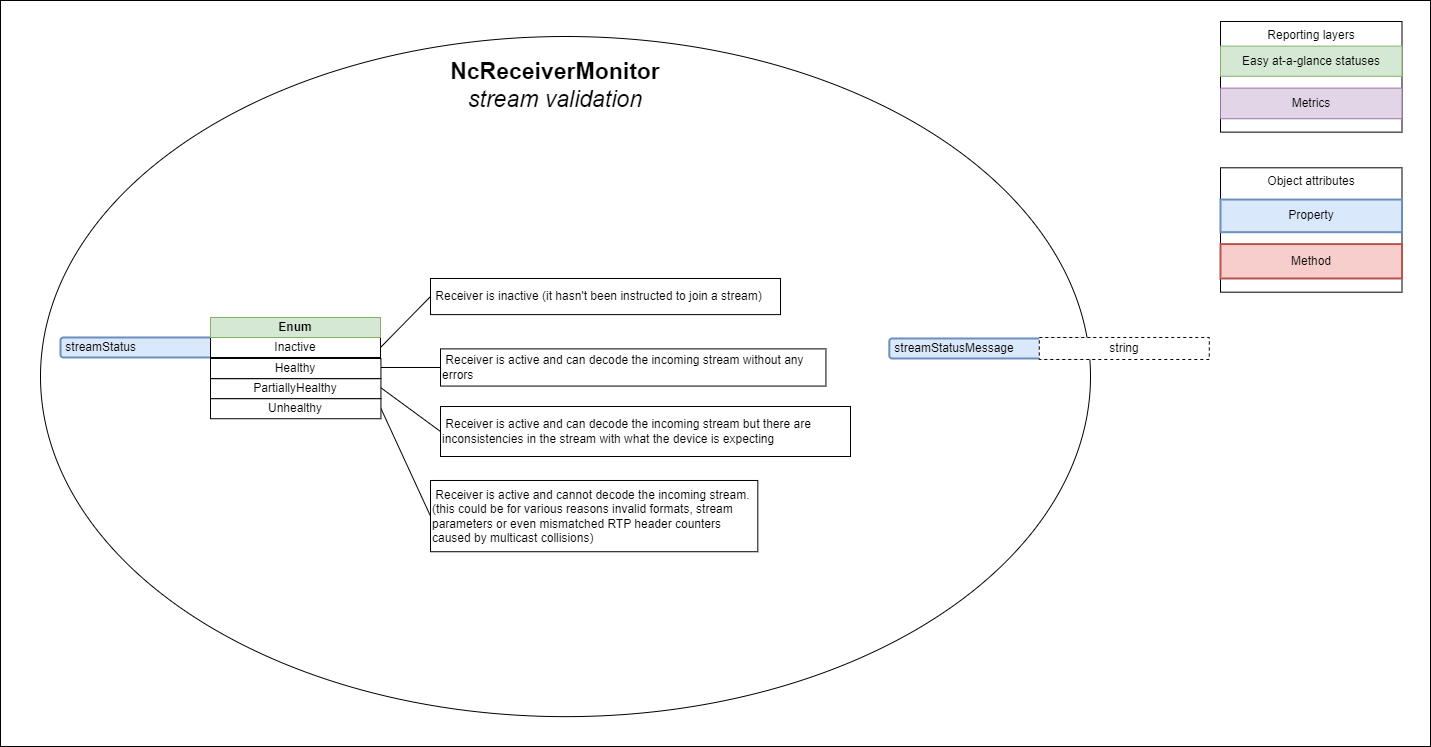
Before: docs/images/receiver-model-stream-validation.png, a diagram exported from draw.io (AMWA-TV/bcp-008-01). Source tidied: cells renumbered, new cells last; positions are measured from the earlier drawing's top-left corner, leaving out a move shared by most shapes. Source of this version:
```xml
<mxGraphModel>
  <root>
    <mxCell id="0" />
    <mxCell id="1" parent="0" />
    <mxCell id="2" style="rounded=0;whiteSpace=wrap;html=1;" parent="1" vertex="1">
      <mxGeometry width="1430" height="746" as="geometry" />
    </mxCell>
    <mxCell id="3" style="ellipse;whiteSpace=wrap;html=1;" parent="1" vertex="1">
      <mxGeometry x="40" y="36" width="1050" height="680.1" as="geometry" />
    </mxCell>
    <mxCell id="4" value="Reporting layers" style="rounded=0;whiteSpace=wrap;html=1;horizontal=1;verticalAlign=top;" parent="1" vertex="1">
      <mxGeometry x="1220" y="21" width="181.5" height="110.6" as="geometry" />
    </mxCell>
    <mxCell id="5" value="Easy at-a-glance statuses" style="rounded=0;whiteSpace=wrap;html=1;fillColor=#d5e8d4;strokeColor=#82b366;" parent="1" vertex="1">
      <mxGeometry x="1220" y="45.6" width="181.5" height="30.1" as="geometry" />
    </mxCell>
    <mxCell id="6" value="Metrics" style="rounded=0;whiteSpace=wrap;html=1;fillColor=#e1d5e7;strokeColor=#9673a6;" parent="1" vertex="1">
      <mxGeometry x="1220" y="87.6" width="181.5" height="30.6" as="geometry" />
    </mxCell>
    <mxCell id="7" value="Object attributes" style="rounded=0;whiteSpace=wrap;html=1;horizontal=1;verticalAlign=top;" parent="1" vertex="1">
      <mxGeometry x="1220" y="167.3" width="181.5" height="124.4" as="geometry" />
    </mxCell>
    <mxCell id="8" value="Property" style="rounded=0;whiteSpace=wrap;html=1;fillColor=#dae8fc;strokeColor=#6c8ebf;align=center;strokeWidth=2;" parent="1" vertex="1">
      <mxGeometry x="1220" y="199" width="181.5" height="32.6" as="geometry" />
    </mxCell>
    <mxCell id="9" value="Method" style="rounded=0;whiteSpace=wrap;html=1;fillColor=#f8cecc;strokeColor=#b85450;align=center;strokeWidth=2;" parent="1" vertex="1">
      <mxGeometry x="1220" y="243.6" width="181.5" height="34.4" as="geometry" />
    </mxCell>
    <mxCell id="10" value="NcReceiverMonitor&lt;div&gt;&lt;span style=&quot;font-weight: normal;&quot;&gt;&lt;i&gt;stream validation&lt;/i&gt;&lt;/span&gt;&lt;/div&gt;" style="text;html=1;strokeColor=none;fillColor=none;align=center;verticalAlign=middle;whiteSpace=wrap;rounded=0;strokeWidth=1;fontSize=23;fontStyle=1;" parent="1" vertex="1">
      <mxGeometry x="431.2" y="51.9" width="247.5" height="65.6" as="geometry" />
    </mxCell>
    <mxCell id="11" value="&amp;nbsp;streamStatus" style="rounded=1;whiteSpace=wrap;html=1;align=left;fillColor=#dae8fc;strokeColor=#6c8ebf;strokeWidth=2;" parent="1" vertex="1">
      <mxGeometry x="60" y="337" width="207.5" height="20" as="geometry" />
    </mxCell>
    <mxCell id="12" value="Inactive" style="rounded=0;whiteSpace=wrap;html=1;" parent="1" vertex="1">
      <mxGeometry x="210" y="337" width="170" height="20" as="geometry" />
    </mxCell>
    <mxCell id="13" value="Enum" style="rounded=0;whiteSpace=wrap;html=1;fillColor=#d5e8d4;strokeColor=#82b366;fontStyle=1;" parent="1" vertex="1">
      <mxGeometry x="210" y="317" width="170" height="20" as="geometry" />
    </mxCell>
    <mxCell id="14" value="&amp;nbsp;Receiver is active and cannot decode the incoming stream. (this could be for various reasons invalid formats, stream parameters or even mismatched RTP header counters caused by multicast collisions)" style="text;html=1;strokeColor=default;fillColor=default;align=left;verticalAlign=middle;whiteSpace=wrap;rounded=0;" parent="1" vertex="1">
      <mxGeometry x="430" y="480" width="327.3" height="71.2" as="geometry" />
    </mxCell>
    <mxCell id="15" style="endArrow=none;html=1;rounded=0;entryX=0;entryY=0.5;entryDx=0;entryDy=0;exitX=1;exitY=0.5;exitDx=0;exitDy=0;" parent="1" edge="1" target="14">
      <mxGeometry relative="1" as="geometry">
        <mxPoint x="380" y="407" as="sourcePoint" />
      </mxGeometry>
    </mxCell>
    <mxCell id="16" value="&amp;nbsp;Receiver is active and can decode the incoming stream without any errors" style="text;html=1;strokeColor=default;fillColor=default;align=left;verticalAlign=middle;whiteSpace=wrap;rounded=0;" parent="1" vertex="1">
      <mxGeometry x="440" y="348.4" width="385.4" height="37.2" as="geometry" />
    </mxCell>
    <mxCell id="17" value="&amp;nbsp;Receiver is inactive (it hasn't been instructed to join a stream)" style="text;html=1;strokeColor=default;fillColor=default;align=left;verticalAlign=middle;whiteSpace=wrap;rounded=0;" parent="1" vertex="1">
      <mxGeometry x="430" y="278" width="350" height="36.1" as="geometry" />
    </mxCell>
    <mxCell id="18" style="endArrow=none;html=1;rounded=0;entryX=0;entryY=0.5;entryDx=0;entryDy=0;exitX=1;exitY=0.5;exitDx=0;exitDy=0;" parent="1" edge="1" target="16">
      <mxGeometry relative="1" as="geometry">
        <mxPoint x="380" y="367" as="sourcePoint" />
      </mxGeometry>
    </mxCell>
    <mxCell id="19" style="endArrow=none;html=1;rounded=0;entryX=0;entryY=0.5;entryDx=0;entryDy=0;exitX=1;exitY=0.5;exitDx=0;exitDy=0;" parent="1" edge="1" source="12" target="17">
      <mxGeometry relative="1" as="geometry" />
    </mxCell>
    <mxCell id="20" value="&amp;nbsp;streamStatusMessage" style="rounded=1;whiteSpace=wrap;html=1;align=left;fillColor=#dae8fc;strokeColor=#6c8ebf;strokeWidth=2;" parent="1" vertex="1">
      <mxGeometry x="888.8" y="338" width="207.5" height="20" as="geometry" />
    </mxCell>
    <mxCell id="21" value="string" style="rounded=0;whiteSpace=wrap;html=1;dashed=1;" parent="1" vertex="1">
      <mxGeometry x="1038.8" y="337" width="170" height="22" as="geometry" />
    </mxCell>
    <mxCell id="22" value="&amp;nbsp;Receiver is active and can decode the incoming stream but there are inconsistencies in the stream with what the device is expecting" style="text;html=1;strokeColor=default;fillColor=default;align=left;verticalAlign=middle;whiteSpace=wrap;rounded=0;" parent="1" vertex="1">
      <mxGeometry x="440" y="406" width="410" height="50" as="geometry" />
    </mxCell>
    <mxCell id="23" style="endArrow=none;html=1;rounded=0;entryX=0;entryY=0.5;entryDx=0;entryDy=0;exitX=1;exitY=0.5;exitDx=0;exitDy=0;" parent="1" edge="1" target="22">
      <mxGeometry relative="1" as="geometry">
        <mxPoint x="380" y="387" as="sourcePoint" />
      </mxGeometry>
    </mxCell>
    <mxCell id="24" value="Healthy" style="rounded=0;whiteSpace=wrap;html=1;" parent="1" vertex="1">
      <mxGeometry x="210" y="358" width="170.4" height="20" as="geometry" />
    </mxCell>
    <mxCell id="25" value="PartiallyHealthy" style="rounded=0;whiteSpace=wrap;html=1;" parent="1" vertex="1">
      <mxGeometry x="210" y="378.2" width="170.4" height="20" as="geometry" />
    </mxCell>
    <mxCell id="26" value="Unhealthy" style="rounded=0;whiteSpace=wrap;html=1;" parent="1" vertex="1">
      <mxGeometry x="210" y="398.2" width="170.4" height="20" as="geometry" />
    </mxCell>
  </root>
</mxGraphModel>
```
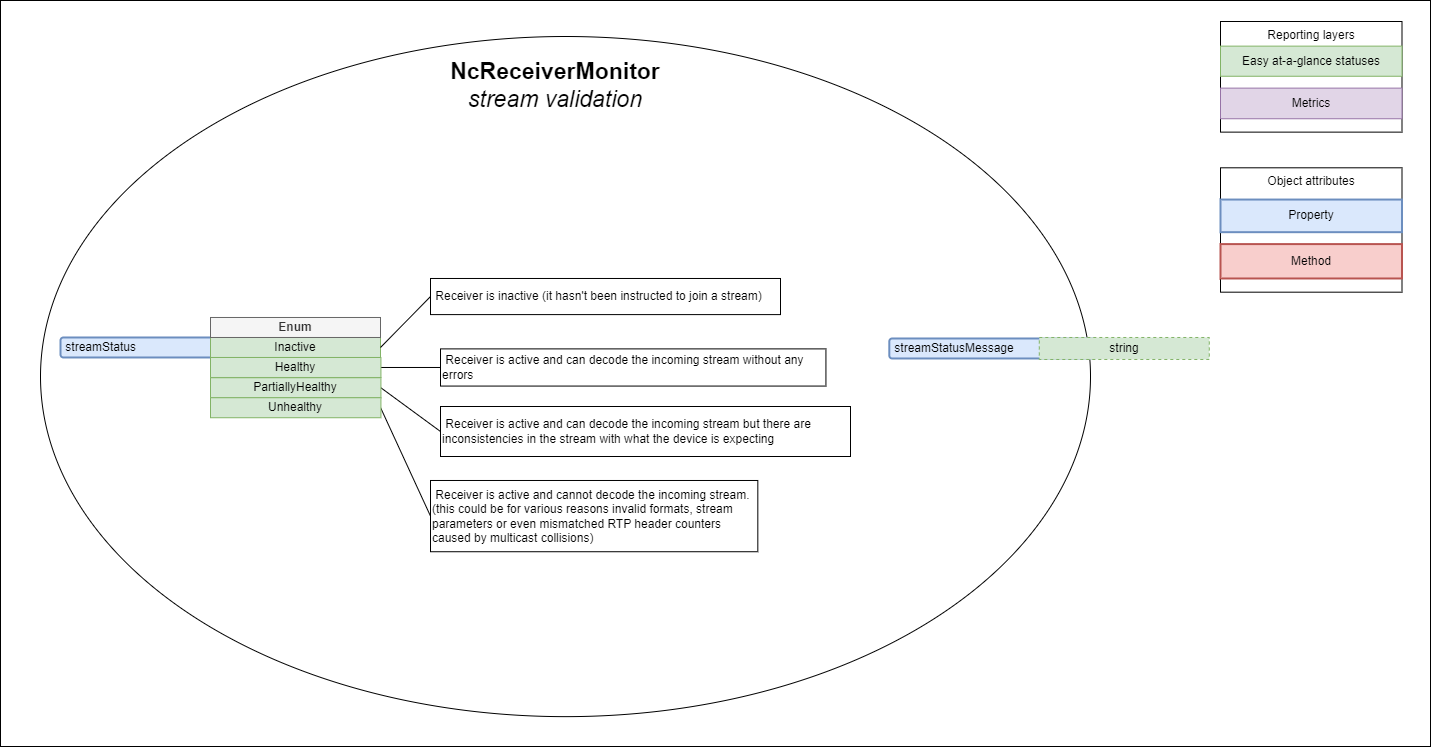
Above is the later version.

Diff of the diagram source:
```diff
@@ -32,10 +32,10 @@
     <mxCell id="11" value="&amp;nbsp;streamStatus" style="rounded=1;whiteSpace=wrap;html=1;align=left;fillColor=#dae8fc;strokeColor=#6c8ebf;strokeWidth=2;" parent="1" vertex="1">
       <mxGeometry x="60" y="337" width="207.5" height="20" as="geometry" />
     </mxCell>
-    <mxCell id="12" value="Inactive" style="rounded=0;whiteSpace=wrap;html=1;" parent="1" vertex="1">
+    <mxCell id="12" value="Inactive" style="rounded=0;whiteSpace=wrap;html=1;fillColor=#d5e8d4;strokeColor=#82b366;" parent="1" vertex="1">
       <mxGeometry x="210" y="337" width="170" height="20" as="geometry" />
     </mxCell>
-    <mxCell id="13" value="Enum" style="rounded=0;whiteSpace=wrap;html=1;fillColor=#d5e8d4;strokeColor=#82b366;fontStyle=1;" parent="1" vertex="1">
+    <mxCell id="13" value="Enum" style="rounded=0;whiteSpace=wrap;html=1;fillColor=#f5f5f5;strokeColor=#666666;fontStyle=1;fontColor=#333333;" parent="1" vertex="1">
       <mxGeometry x="210" y="317" width="170" height="20" as="geometry" />
     </mxCell>
     <mxCell id="14" value="&amp;nbsp;Receiver is active and cannot decode the incoming stream. (this could be for various reasons invalid formats, stream parameters or even mismatched RTP header counters caused by multicast collisions)" style="text;html=1;strokeColor=default;fillColor=default;align=left;verticalAlign=middle;whiteSpace=wrap;rounded=0;" parent="1" vertex="1">
@@ -63,7 +63,7 @@
     <mxCell id="20" value="&amp;nbsp;streamStatusMessage" style="rounded=1;whiteSpace=wrap;html=1;align=left;fillColor=#dae8fc;strokeColor=#6c8ebf;strokeWidth=2;" parent="1" vertex="1">
       <mxGeometry x="888.8" y="338" width="207.5" height="20" as="geometry" />
     </mxCell>
-    <mxCell id="21" value="string" style="rounded=0;whiteSpace=wrap;html=1;dashed=1;" parent="1" vertex="1">
+    <mxCell id="21" value="string" style="rounded=0;whiteSpace=wrap;html=1;dashed=1;fillColor=#d5e8d4;strokeColor=#82b366;" parent="1" vertex="1">
       <mxGeometry x="1038.8" y="337" width="170" height="22" as="geometry" />
     </mxCell>
     <mxCell id="22" value="&amp;nbsp;Receiver is active and can decode the incoming stream but there are inconsistencies in the stream with what the device is expecting" style="text;html=1;strokeColor=default;fillColor=default;align=left;verticalAlign=middle;whiteSpace=wrap;rounded=0;" parent="1" vertex="1">
@@ -74,14 +74,14 @@
         <mxPoint x="380" y="387" as="sourcePoint" />
       </mxGeometry>
     </mxCell>
-    <mxCell id="24" value="Healthy" style="rounded=0;whiteSpace=wrap;html=1;" parent="1" vertex="1">
-      <mxGeometry x="210" y="358" width="170.4" height="20" as="geometry" />
+    <mxCell id="24" value="Healthy" style="rounded=0;whiteSpace=wrap;html=1;fillColor=#d5e8d4;strokeColor=#82b366;" parent="1" vertex="1">
+      <mxGeometry x="210" y="357" width="170.4" height="20" as="geometry" />
     </mxCell>
-    <mxCell id="25" value="PartiallyHealthy" style="rounded=0;whiteSpace=wrap;html=1;" parent="1" vertex="1">
-      <mxGeometry x="210" y="378.2" width="170.4" height="20" as="geometry" />
+    <mxCell id="25" value="PartiallyHealthy" style="rounded=0;whiteSpace=wrap;html=1;fillColor=#d5e8d4;strokeColor=#82b366;" parent="1" vertex="1">
+      <mxGeometry x="210" y="377.2" width="170.4" height="20" as="geometry" />
     </mxCell>
-    <mxCell id="26" value="Unhealthy" style="rounded=0;whiteSpace=wrap;html=1;" parent="1" vertex="1">
-      <mxGeometry x="210" y="398.2" width="170.4" height="20" as="geometry" />
+    <mxCell id="26" value="Unhealthy" style="rounded=0;whiteSpace=wrap;html=1;fillColor=#d5e8d4;strokeColor=#82b366;" parent="1" vertex="1">
+      <mxGeometry x="210" y="397.2" width="170.4" height="20" as="geometry" />
     </mxCell>
   </root>
 </mxGraphModel>
```
